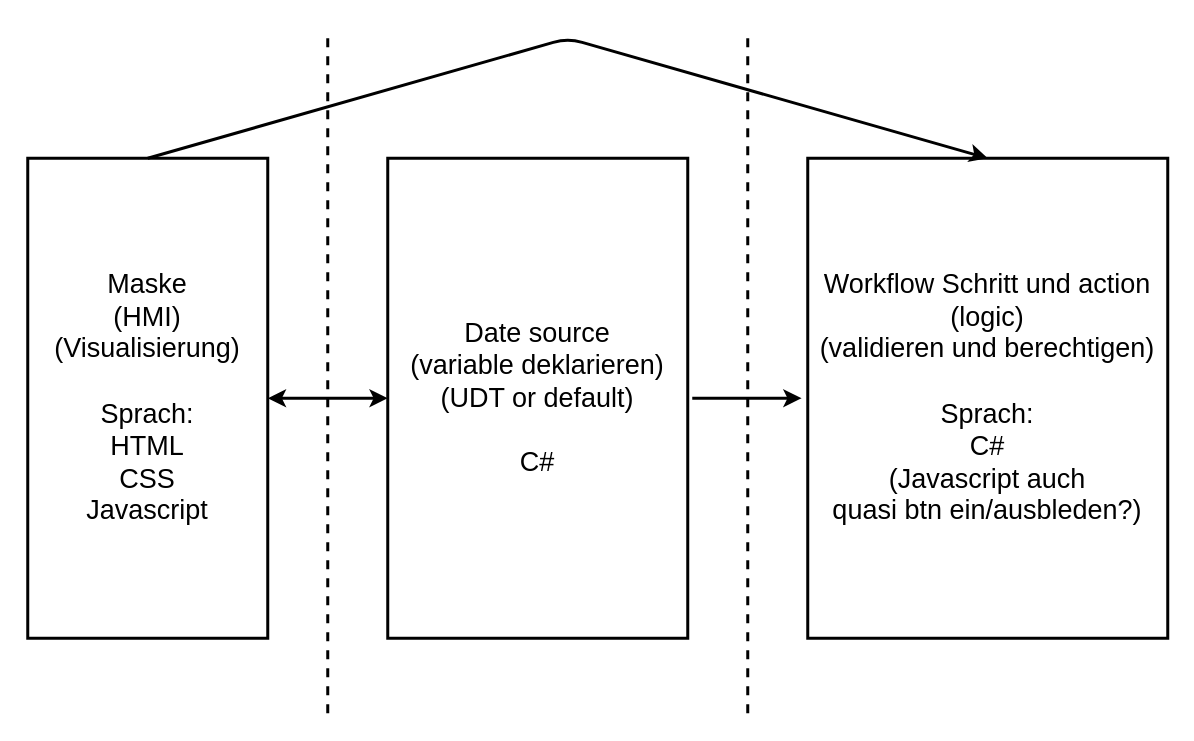
This is CMS.drawio from masteryijian/Hallo-World-, a draw.io file, before an edit. Source tidied: cells renumbered, new cells numbered last; positions are measured from the earlier drawing's top-left corner, leaving out a move shared by most shapes. Both pictures are drawn from the tidied source at 150%, with x=0, y=0 at pixel (27, 38).
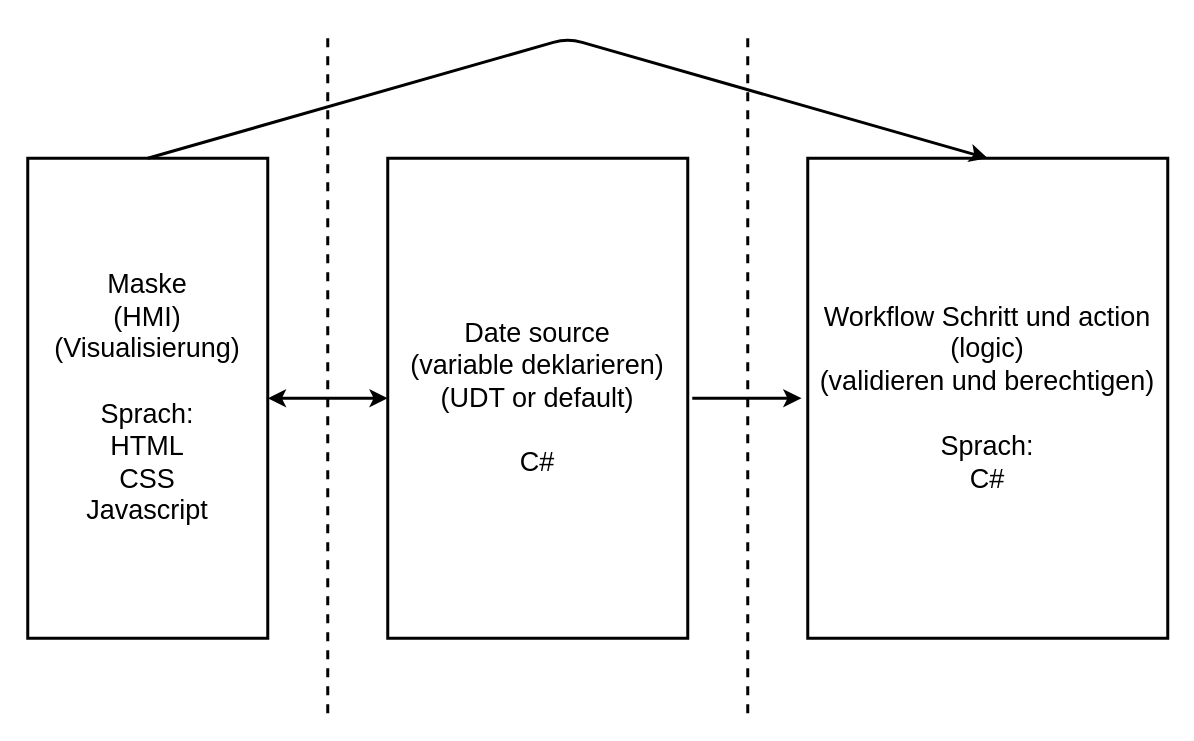
Above is the later version.

Diff of the diagram source:
```diff
@@
 <mxGraphModel>
   <root>
     <mxCell id="0" />
     <mxCell id="1" parent="0" />
     <mxCell id="2" value="Maske&lt;br style=&quot;font-size: 18px&quot;&gt;(HMI)&lt;br style=&quot;font-size: 18px&quot;&gt;(Visualisierung)&lt;br style=&quot;font-size: 18px&quot;&gt;&lt;br style=&quot;font-size: 18px&quot;&gt;Sprach:&lt;br style=&quot;font-size: 18px&quot;&gt;HTML&lt;br style=&quot;font-size: 18px&quot;&gt;CSS&lt;br style=&quot;font-size: 18px&quot;&gt;Javascript" style="rounded=0;whiteSpace=wrap;html=1;strokeWidth=2;fontSize=18;" parent="1" vertex="1">
       <mxGeometry y="80" width="160" height="320" as="geometry" />
     </mxCell>
     <mxCell id="3" value="Date source&lt;br style=&quot;font-size: 18px;&quot;&gt;(variable deklarieren)&lt;br style=&quot;font-size: 18px;&quot;&gt;(UDT or default)&lt;br style=&quot;font-size: 18px;&quot;&gt;&lt;br style=&quot;font-size: 18px;&quot;&gt;C#" style="rounded=0;whiteSpace=wrap;html=1;strokeWidth=2;fontSize=18;" parent="1" vertex="1">
       <mxGeometry x="240" y="80" width="200" height="320" as="geometry" />
     </mxCell>
-    <mxCell id="4" value="Workflow Schritt und action&lt;br style=&quot;font-size: 18px&quot;&gt;(logic)&lt;br style=&quot;font-size: 18px&quot;&gt;(validieren und berechtigen)&lt;br style=&quot;font-size: 18px&quot;&gt;&lt;br style=&quot;font-size: 18px&quot;&gt;Sprach:&lt;br style=&quot;font-size: 18px&quot;&gt;C#&lt;br style=&quot;font-size: 18px&quot;&gt;(Javascript auch &lt;br&gt;quasi btn ein/ausbleden?)" style="rounded=0;whiteSpace=wrap;html=1;strokeWidth=2;fontSize=18;" parent="1" vertex="1">
+    <mxCell id="4" value="Workflow Schritt und action&lt;br style=&quot;font-size: 18px&quot;&gt;(logic)&lt;br style=&quot;font-size: 18px&quot;&gt;(validieren und berechtigen)&lt;br style=&quot;font-size: 18px&quot;&gt;&lt;br style=&quot;font-size: 18px&quot;&gt;Sprach:&lt;br style=&quot;font-size: 18px&quot;&gt;C#" style="rounded=0;whiteSpace=wrap;html=1;strokeWidth=2;fontSize=18;" parent="1" vertex="1">
       <mxGeometry x="520" y="80" width="240" height="320" as="geometry" />
     </mxCell>
     <mxCell id="5" style="endArrow=none;dashed=1;html=1;strokeWidth=2;fontSize=18;" parent="1" edge="1">
       <mxGeometry relative="1" as="geometry">
         <mxPoint x="200" y="450" as="sourcePoint" />
         <mxPoint x="200" as="targetPoint" />
       </mxGeometry>
     </mxCell>
     <mxCell id="6" style="endArrow=none;dashed=1;html=1;strokeWidth=2;fontSize=18;" parent="1" edge="1">
       <mxGeometry relative="1" as="geometry">
         <mxPoint x="480" y="450" as="sourcePoint" />
         <mxPoint x="480" as="targetPoint" />
       </mxGeometry>
     </mxCell>
     <mxCell id="7" style="endArrow=classic;startArrow=classic;html=1;entryX=0;entryY=0.5;entryDx=0;entryDy=0;exitX=1;exitY=0.5;exitDx=0;exitDy=0;strokeWidth=2;fontSize=18;" parent="1" edge="1" source="2" target="3">
       <mxGeometry relative="1" as="geometry" />
     </mxCell>
     <mxCell id="8" style="endArrow=classic;html=1;exitX=0.5;exitY=0;exitDx=0;exitDy=0;entryX=0.5;entryY=0;entryDx=0;entryDy=0;strokeWidth=2;fontSize=18;" parent="1" edge="1" source="2" target="4">
       <mxGeometry relative="1" as="geometry">
         <Array as="points">
           <mxPoint x="360" />
         </Array>
       </mxGeometry>
     </mxCell>
     <mxCell id="9" style="endArrow=classic;html=1;entryX=-0.017;entryY=0.472;entryDx=0;entryDy=0;entryPerimeter=0;strokeWidth=2;fontSize=18;" parent="1" edge="1">
       <mxGeometry relative="1" as="geometry">
         <mxPoint x="443" y="240" as="sourcePoint" />
         <mxPoint x="515.9" y="240" as="targetPoint" />
       </mxGeometry>
     </mxCell>
   </root>
 </mxGraphModel>
```
